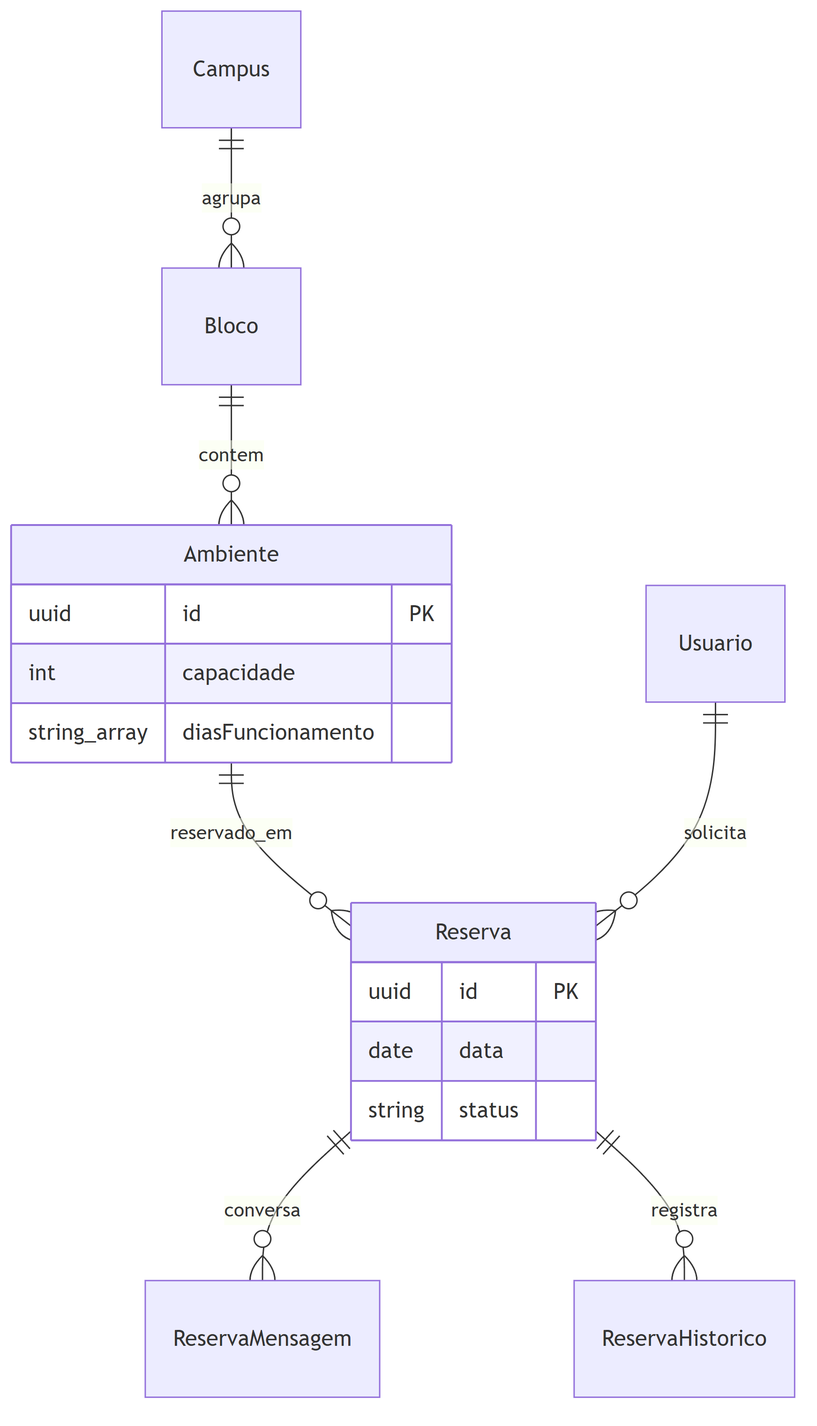
This is docs/diagramas/png/erd-rooms.png from bebberjoao/RoosterOneBackend, a Mermaid export, as it was before one commit. Its source is kept beside it as docs/diagramas/src/erd-rooms.mmd.
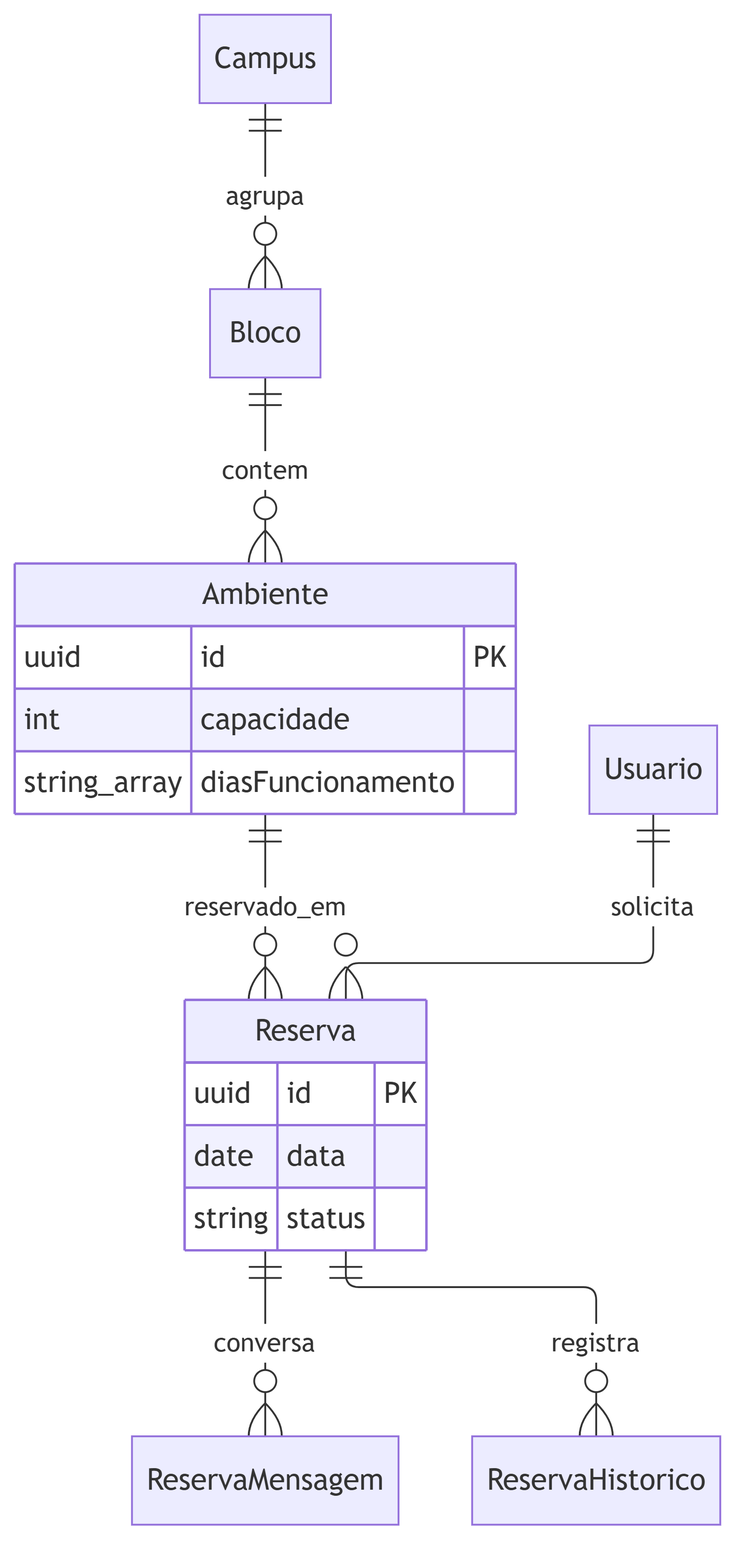
The same file after the commit.

The edit, as a diff of the source:
```diff
@@ -1,3 +1,4 @@
+%%{init: {"layout":"elk","er":{"entityPadding":8,"minEntityWidth":60,"diagramPadding":8}}}%%
 erDiagram
   Campus ||--o{ Bloco : agrupa
   Bloco ||--o{ Ambiente : contem
```
